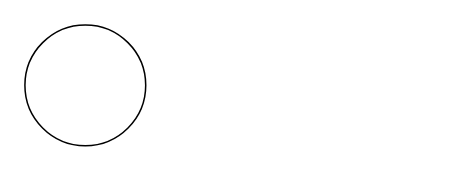
This is Untitled Diagram.drawio from satriaganteng27/drawio, a draw.io file, before an edit. Source tidied: cells renumbered, new cells numbered last; positions are measured from the earlier drawing's top-left corner, leaving out a move shared by most shapes. Both pictures are drawn from the tidied source at 151%, with x=0, y=0 at pixel (24, 24).
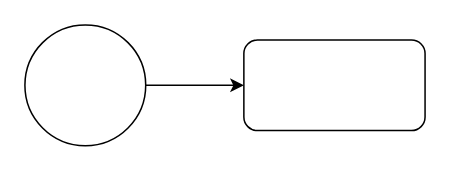
Above is the later version.

Change to the diagram source:
```diff
@@
 <mxGraphModel>
   <root>
     <mxCell id="0" />
     <mxCell id="1" parent="0" />
+    <mxCell id="3" style="edgeStyle=orthogonalEdgeStyle;rounded=0;jettySize=auto;html=1;entryX=0;entryY=0.5;entryDx=0;entryDy=0;" parent="1" edge="1" source="2" target="4">
+      <mxGeometry relative="1" as="geometry" />
+    </mxCell>
     <mxCell id="2" style="ellipse;whiteSpace=wrap;html=1;" parent="1" vertex="1">
       <mxGeometry width="80" height="80" as="geometry" />
     </mxCell>
+    <mxCell id="4" style="rounded=1;whiteSpace=wrap;html=1;" parent="1" vertex="1">
+      <mxGeometry x="145" y="10" width="120" height="60" as="geometry" />
+    </mxCell>
   </root>
 </mxGraphModel>
```
